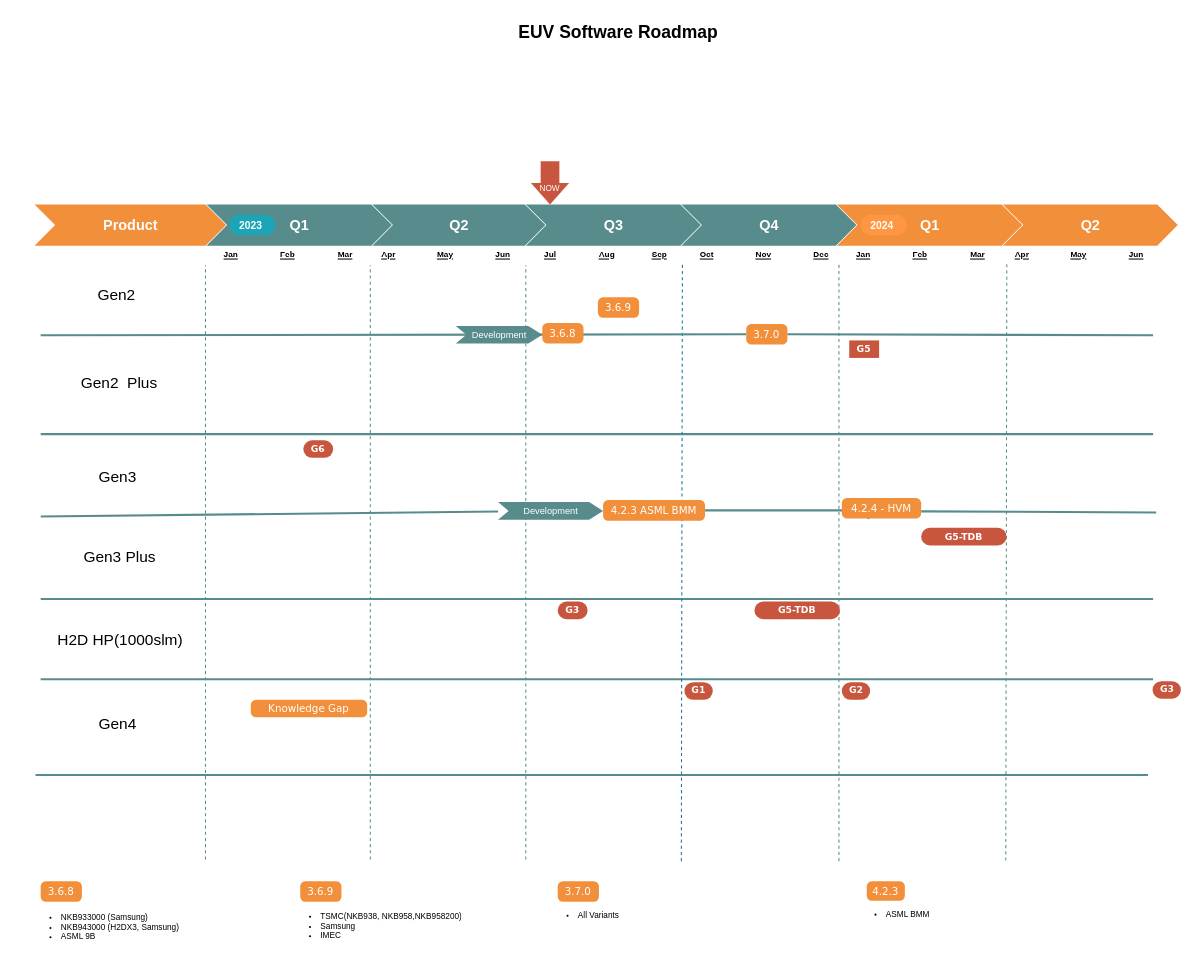
Above: page "EUV" (1 of 8) of 0.Project Roadmap.drawio in EdwardsKorea/CommonDrawIO (draw.io), before the change. Source tidied: cells renumbered, new cells numbered last; positions are measured from the earlier drawing's top-left corner, leaving out a move shared by most shapes. Both pictures are drawn from the tidied source at 103%, with x=0, y=0 at pixel (18, 18).
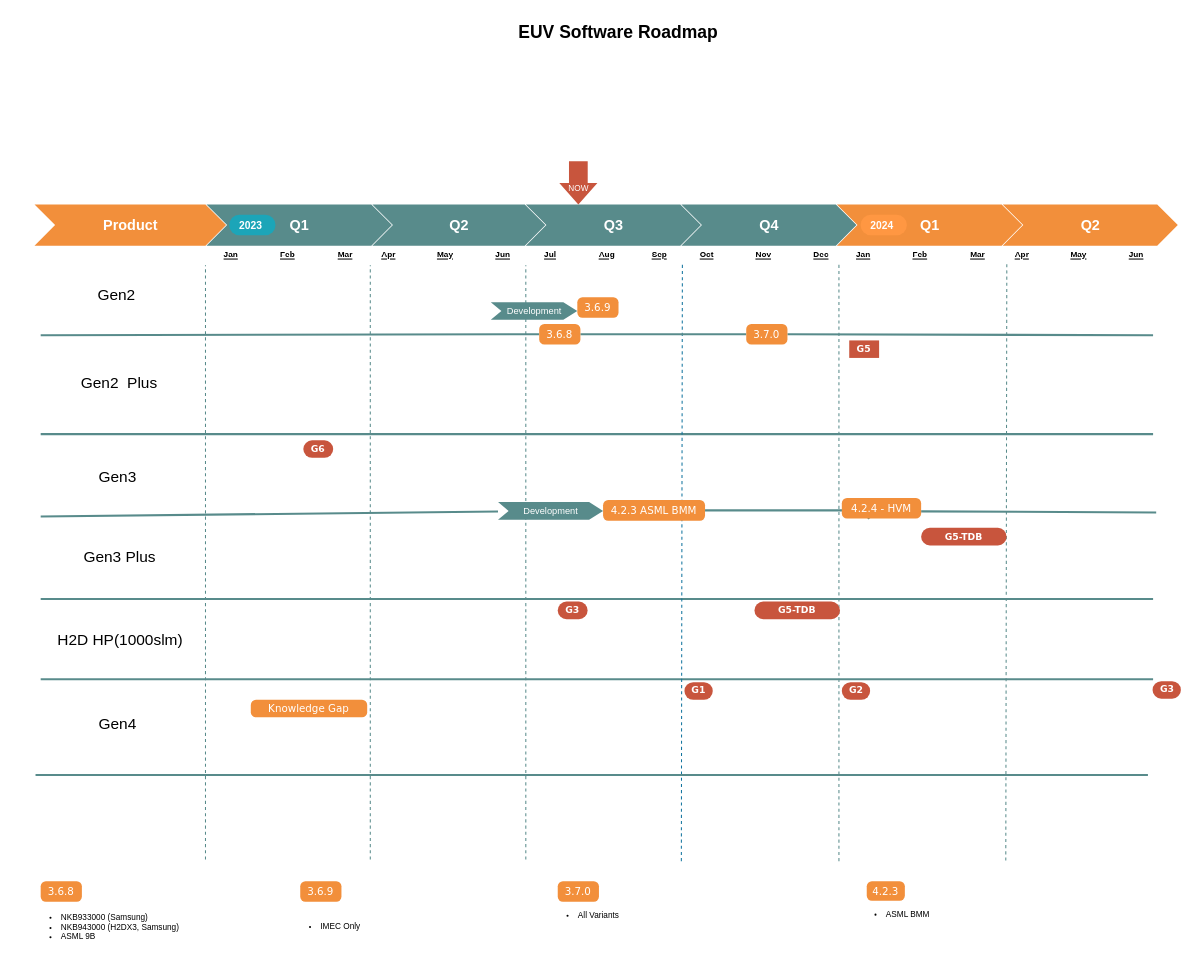
After the change.

The change refers to these unchanged cells:
```xml
<mxCell id="61" value="3.7.0" style="html=1;shadow=0;dashed=0;shape=mxgraph.bootstrap.rrect;rSize=5;strokeColor=none;strokeWidth=1;fillColor=#F28f3b;fontColor=#FFFFFF;whiteSpace=wrap;align=center;verticalAlign=middle;spacingLeft=0;fontStyle=0;fontSize=10;spacing=5;fontFamily=Verdana;labelBackgroundColor=none;" parent="1" vertex="1">
  <mxGeometry x="707" y="297" width="40" height="20" as="geometry" />
</mxCell>
```

What changed in the source:
```diff
@@
     <mxCell id="29" value="&lt;br&gt;NOW" style="shape=singleArrow;direction=south;whiteSpace=wrap;html=1;labelBackgroundColor=none;strokeColor=none;fontFamily=Helvetica;fontSize=8;fontColor=#FFFFFF;fillColor=#c8553d;arrowWidth=0.4911463187325298;arrowSize=0.49521072796935545;" parent="1" vertex="1">
-      <mxGeometry x="498" y="139" width="37" height="42" as="geometry" />
+      <mxGeometry x="525.5" y="139" width="37" height="42" as="geometry" />
     </mxCell>
@@
-    <mxCell id="56" value="&lt;ul&gt;&lt;li&gt;TSMC(NKB938, NKB958,NKB958200)&lt;/li&gt;&lt;li&gt;Samsung&lt;/li&gt;&lt;li&gt;IMEC&lt;/li&gt;&lt;/ul&gt;" style="text;strokeColor=none;fillColor=none;html=1;whiteSpace=wrap;verticalAlign=middle;overflow=hidden;fontSize=8;fontFamily=Helvetica;fontColor=#000000;labelPosition=center;verticalLabelPosition=middle;align=left;" parent="1" vertex="1">
+    <mxCell id="56" value="&lt;ul&gt;&lt;li&gt;IMEC Only&lt;/li&gt;&lt;/ul&gt;" style="text;strokeColor=none;fillColor=none;html=1;whiteSpace=wrap;verticalAlign=middle;overflow=hidden;fontSize=8;fontFamily=Helvetica;fontColor=#000000;labelPosition=center;verticalLabelPosition=middle;align=left;" parent="1" vertex="1">
       <mxGeometry x="252" y="851" width="211" height="62" as="geometry" />
     </mxCell>
@@
-    <mxCell id="60" style="endArrow=none;html=1;strokeColor=#588b8b;strokeWidth=2;" parent="1" edge="1" target="61">
-      <mxGeometry relative="1" as="geometry">
-        <mxPoint x="22" y="308" as="sourcePoint" />
-      </mxGeometry>
+    <mxCell id="60" style="endArrow=none;html=1;strokeColor=#588b8b;strokeWidth=2;" parent="1" edge="1" source="62" target="61">
+      <mxGeometry relative="1" as="geometry" />
     </mxCell>
@@
-    <mxCell id="62" value="3.6.8" style="html=1;shadow=0;dashed=0;shape=mxgraph.bootstrap.rrect;rSize=5;strokeColor=none;strokeWidth=1;fillColor=#F28f3b;fontColor=#FFFFFF;whiteSpace=wrap;align=center;verticalAlign=middle;spacingLeft=0;fontStyle=0;fontSize=10;spacing=5;fontFamily=Verdana;labelBackgroundColor=none;" parent="1" vertex="1">
-      <mxGeometry x="509" y="296" width="40" height="20" as="geometry" />
-    </mxCell>
     <mxCell id="63" value="Development" style="html=1;shape=mxgraph.infographic.ribbonSimple;notch1=10.29;notch2=13.57;fillColor=#588b8b;strokeColor=none;align=center;verticalAlign=middle;fontColor=#ffffff;fontSize=9;fontStyle=0;rounded=0;" parent="1" vertex="1">
-      <mxGeometry x="425" y="299" width="84" height="17" as="geometry" />
+      <mxGeometry x="459" y="276" width="84" height="17" as="geometry" />
     </mxCell>
@@
     <mxCell id="71" value="3.6.9" style="html=1;shadow=0;dashed=0;shape=mxgraph.bootstrap.rrect;rSize=5;strokeColor=none;strokeWidth=1;fillColor=#F28f3b;fontColor=#FFFFFF;whiteSpace=wrap;align=center;verticalAlign=middle;spacingLeft=0;fontStyle=0;fontSize=10;spacing=5;fontFamily=Verdana;labelBackgroundColor=none;" parent="1" vertex="1">
-      <mxGeometry x="563" y="271" width="40" height="20" as="geometry" />
+      <mxGeometry x="543" y="271" width="40" height="20" as="geometry" />
     </mxCell>
@@
+    <mxCell id="78" style="endArrow=none;html=1;strokeColor=#588b8b;strokeWidth=2;" parent="1" edge="1" target="62">
+      <mxGeometry relative="1" as="geometry">
+        <mxPoint x="22" y="308" as="sourcePoint" />
+      </mxGeometry>
+    </mxCell>
+    <mxCell id="62" value="3.6.8" style="html=1;shadow=0;dashed=0;shape=mxgraph.bootstrap.rrect;rSize=5;strokeColor=none;strokeWidth=1;fillColor=#F28f3b;fontColor=#FFFFFF;whiteSpace=wrap;align=center;verticalAlign=middle;spacingLeft=0;fontStyle=0;fontSize=10;spacing=5;fontFamily=Verdana;labelBackgroundColor=none;" parent="1" vertex="1">
+      <mxGeometry x="506" y="297" width="40" height="20" as="geometry" />
+    </mxCell>
```
